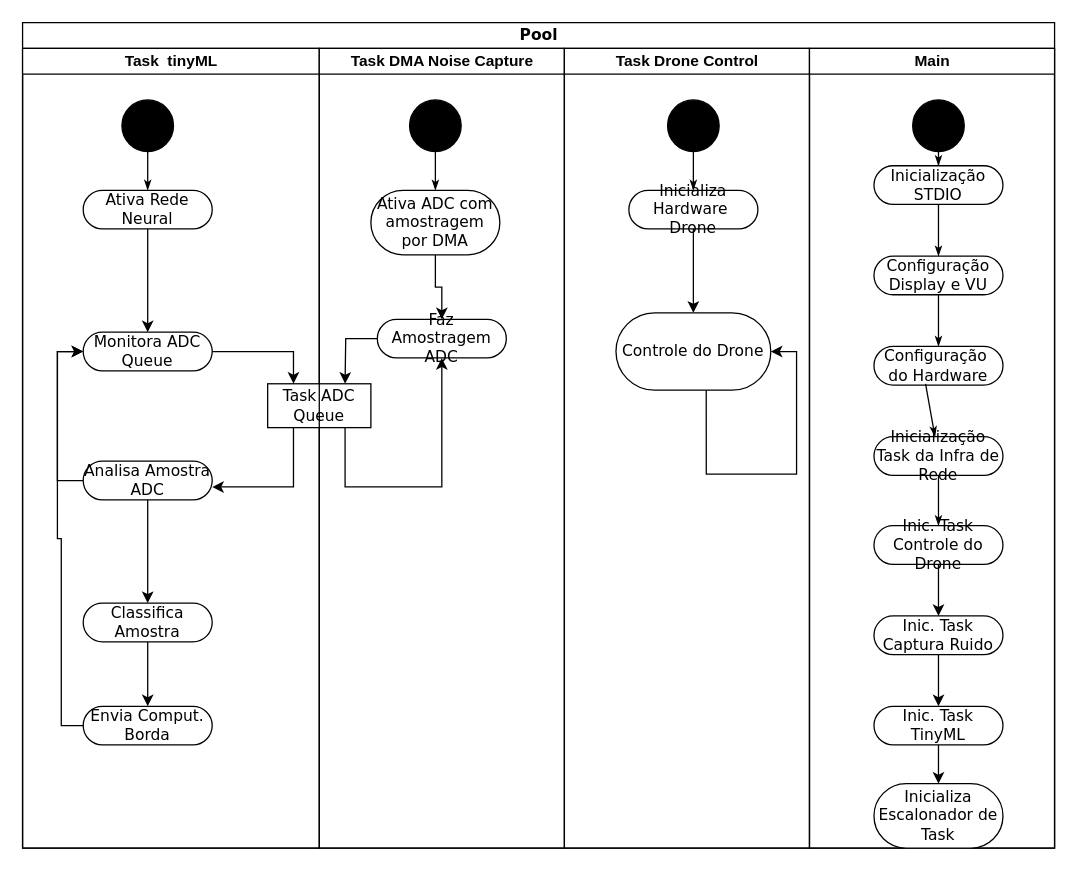
The draw.io diagram docs/Diagrama sem nome.drawio in ArvoreDosSaberes/magnectostricao, before the edit. Source tidied: cells renumbered, new cells numbered last; positions are measured from the earlier drawing's top-left corner, leaving out a move shared by most shapes. Both pictures are drawn from the tidied source at 129%, with x=0, y=0 at pixel (22, 22).
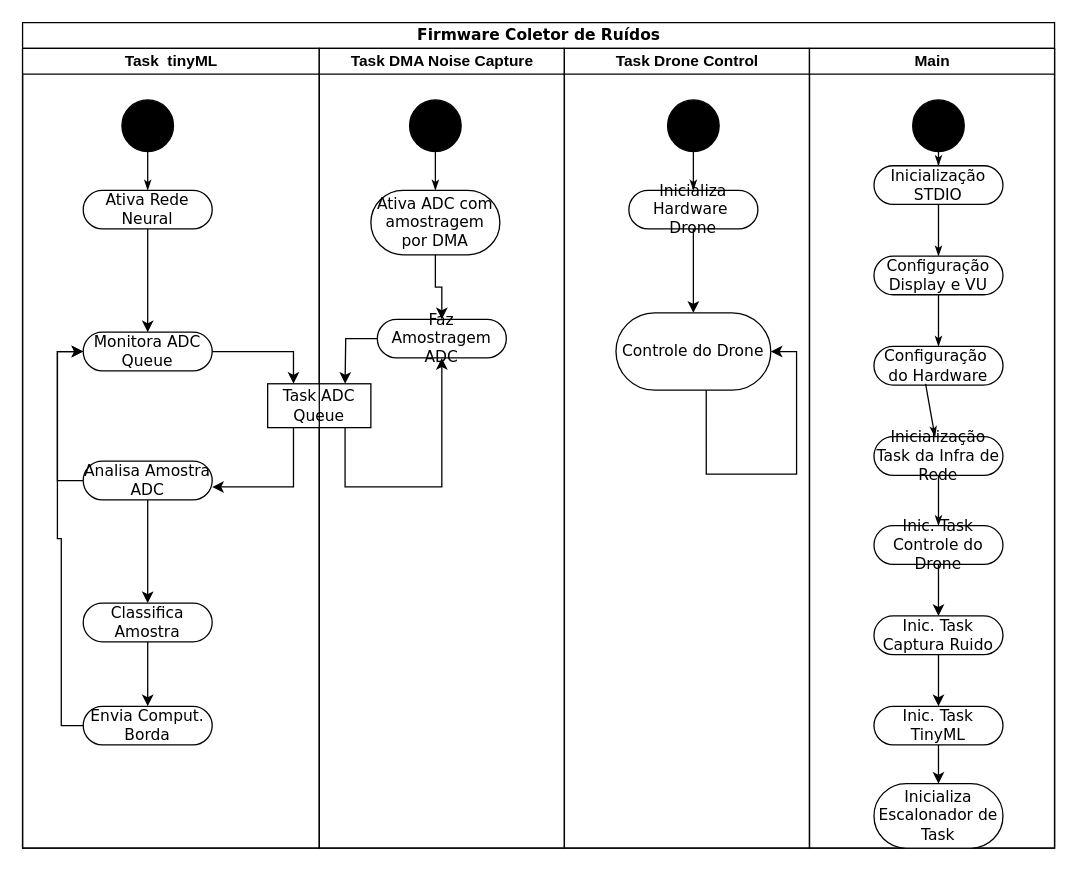
After the change.

Commit message:
Ajuste no título

The edit, as a diff of the source:
```diff
@@
-    <mxCell id="2" value="Pool" style="swimlane;html=1;startSize=20;rounded=0;shadow=0;comic=0;labelBackgroundColor=none;strokeWidth=1;fontFamily=Verdana;fontSize=12;align=center;" parent="1" vertex="1">
+    <mxCell id="2" value="Firmware Coletor de Ruídos" style="swimlane;html=1;startSize=20;rounded=0;shadow=0;comic=0;labelBackgroundColor=none;strokeWidth=1;fontFamily=Verdana;fontSize=12;align=center;" parent="1" vertex="1">
       <mxGeometry width="800" height="640" as="geometry" />
     </mxCell>
```
